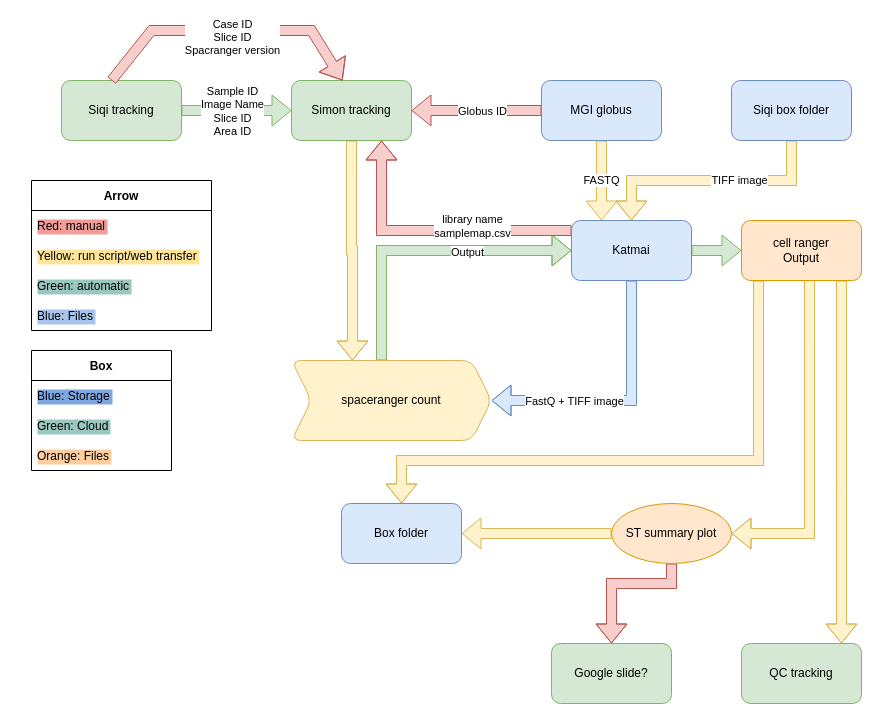
This is DingLab Visium ST pipeline.drawio from simoncmo/simoncmo, a draw.io file, before an edit. Source tidied: cells renumbered, new cells numbered last; positions are measured from the earlier drawing's top-left corner, leaving out a move shared by most shapes. Both pictures are drawn from the tidied source at 100%, with x=0, y=0 at pixel (31, 30).
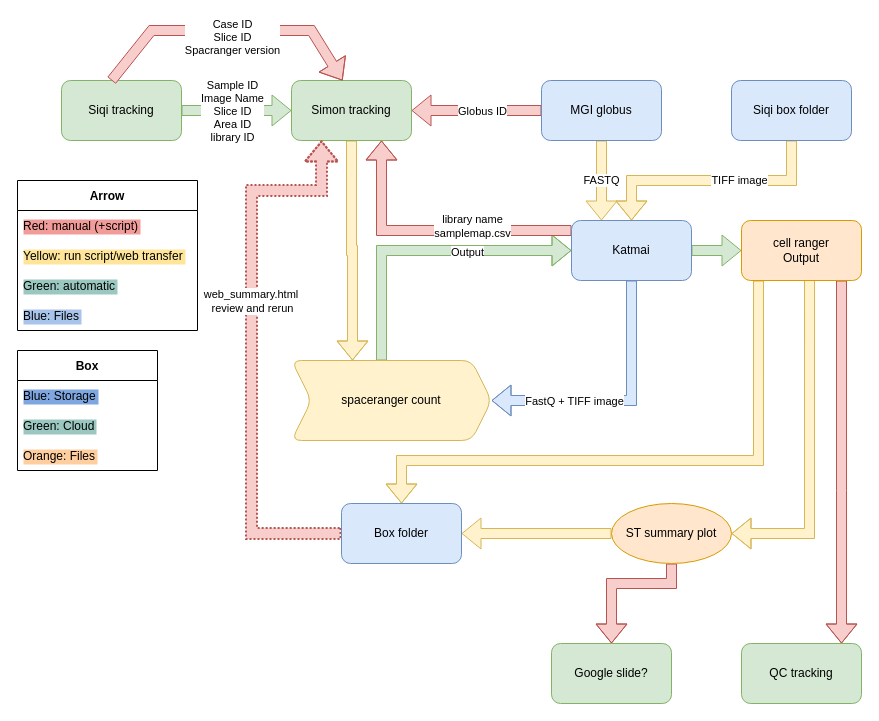
The same page after the edit.

The change refers to these unchanged cells:
```xml
<mxCell id="2" style="edgeStyle=orthogonalEdgeStyle;rounded=0;jettySize=auto;html=1;strokeColor=#82b366;shape=flexArrow;fillColor=#d5e8d4;" parent="1" edge="1" source="4" target="6">
  <mxGeometry relative="1" as="geometry" />
</mxCell>
<mxCell id="6" value="Simon tracking" style="whiteSpace=wrap;html=1;rounded=1;fillColor=#d5e8d4;strokeColor=#82b366;" parent="1" vertex="1">
  <mxGeometry x="260" y="50" width="120" height="60" as="geometry" />
</mxCell>
<mxCell id="24" value="Box folder" style="whiteSpace=wrap;html=1;rounded=1;fillColor=#dae8fc;strokeColor=#6c8ebf;" parent="1" vertex="1">
  <mxGeometry x="310" y="473" width="120" height="60" as="geometry" />
</mxCell>
<mxCell id="28" value="cell ranger &lt;br&gt;Output" style="whiteSpace=wrap;html=1;rounded=1;fillColor=#ffe6cc;strokeColor=#d79b00;" parent="1" vertex="1">
  <mxGeometry x="710" y="190" width="120" height="60" as="geometry" />
</mxCell>
<mxCell id="33" value="QC tracking" style="whiteSpace=wrap;html=1;rounded=1;fillColor=#d5e8d4;strokeColor=#82b366;" parent="1" vertex="1">
  <mxGeometry x="710" y="613" width="120" height="60" as="geometry" />
</mxCell>
```

What changed in the source:
```diff
@@
-    <mxCell id="3" value="Sample ID&lt;br&gt;Image Name&lt;br&gt;Slice ID&lt;br&gt;Area ID" style="edgeLabel;html=1;align=center;verticalAlign=middle;" parent="2" vertex="1">
+    <mxCell id="3" value="Sample ID&lt;br&gt;Image Name&lt;br&gt;Slice ID&lt;br&gt;Area ID&lt;br&gt;library ID" style="edgeLabel;html=1;align=center;verticalAlign=middle;" parent="2" vertex="1">
       <mxGeometry x="-0.35" y="-4" relative="1" as="geometry">
         <mxPoint x="14" y="-4" as="offset" />
       </mxGeometry>
     </mxCell>
@@
+    <mxCell id="43" style="edgeStyle=orthogonalEdgeStyle;rounded=0;jettySize=auto;html=1;exitX=0;exitY=0.5;exitDx=0;exitDy=0;entryX=0.25;entryY=1;entryDx=0;entryDy=0;shape=flexArrow;fillColor=#f8cecc;strokeColor=#b85450;dashed=1;strokeWidth=2;dashPattern=1 1;" parent="1" edge="1" source="24" target="6">
+      <mxGeometry relative="1" as="geometry">
+        <Array as="points">
+          <mxPoint x="220" y="503" />
+          <mxPoint x="220" y="160" />
+          <mxPoint x="290" y="160" />
+        </Array>
+      </mxGeometry>
+    </mxCell>
+    <mxCell id="44" value="web_summary.html&amp;nbsp;&lt;br&gt;review and rerun" style="edgeLabel;html=1;align=center;verticalAlign=middle;" parent="43" vertex="1">
+      <mxGeometry x="0.26" y="-1" relative="1" as="geometry">
+        <mxPoint x="-1" y="25" as="offset" />
+      </mxGeometry>
+    </mxCell>
@@
-    <mxCell id="26" style="edgeStyle=orthogonalEdgeStyle;shape=flexArrow;curved=1;rounded=0;jettySize=auto;html=1;strokeColor=#d6b656;fillColor=#fff2cc;" parent="1" edge="1" source="28" target="33">
+    <mxCell id="26" style="edgeStyle=orthogonalEdgeStyle;shape=flexArrow;curved=1;rounded=0;jettySize=auto;html=1;strokeColor=#b85450;fillColor=#f8cecc;" parent="1" edge="1" source="28" target="33">
       <mxGeometry relative="1" as="geometry">
         <Array as="points">
           <mxPoint x="810" y="460" />
           <mxPoint x="810" y="460" />
         </Array>
       </mxGeometry>
     </mxCell>
@@
     <mxCell id="34" value="Arrow" style="swimlane;fontStyle=1;horizontal=1;startSize=30;" parent="1" vertex="1">
-      <mxGeometry y="150" width="180" height="150" as="geometry" />
+      <mxGeometry x="-14" y="150" width="180" height="150" as="geometry" />
     </mxCell>
-    <mxCell id="35" value="Red: manual" style="text;strokeColor=none;fillColor=none;align=left;verticalAlign=middle;spacingLeft=4;spacingRight=4;overflow=hidden;labelBackgroundColor=#F19C99;" parent="34" vertex="1">
+    <mxCell id="35" value="Red: manual (+script)" style="text;strokeColor=none;fillColor=none;align=left;verticalAlign=middle;spacingLeft=4;spacingRight=4;overflow=hidden;labelBackgroundColor=#F19C99;" parent="34" vertex="1">
       <mxGeometry y="30" width="180" height="30" as="geometry" />
     </mxCell>
@@
     <mxCell id="39" value="Box" style="swimlane;fontStyle=1;horizontal=1;startSize=30;" parent="1" vertex="1">
-      <mxGeometry y="320" width="140" height="120" as="geometry" />
+      <mxGeometry x="-14" y="320" width="140" height="120" as="geometry" />
     </mxCell>
```
